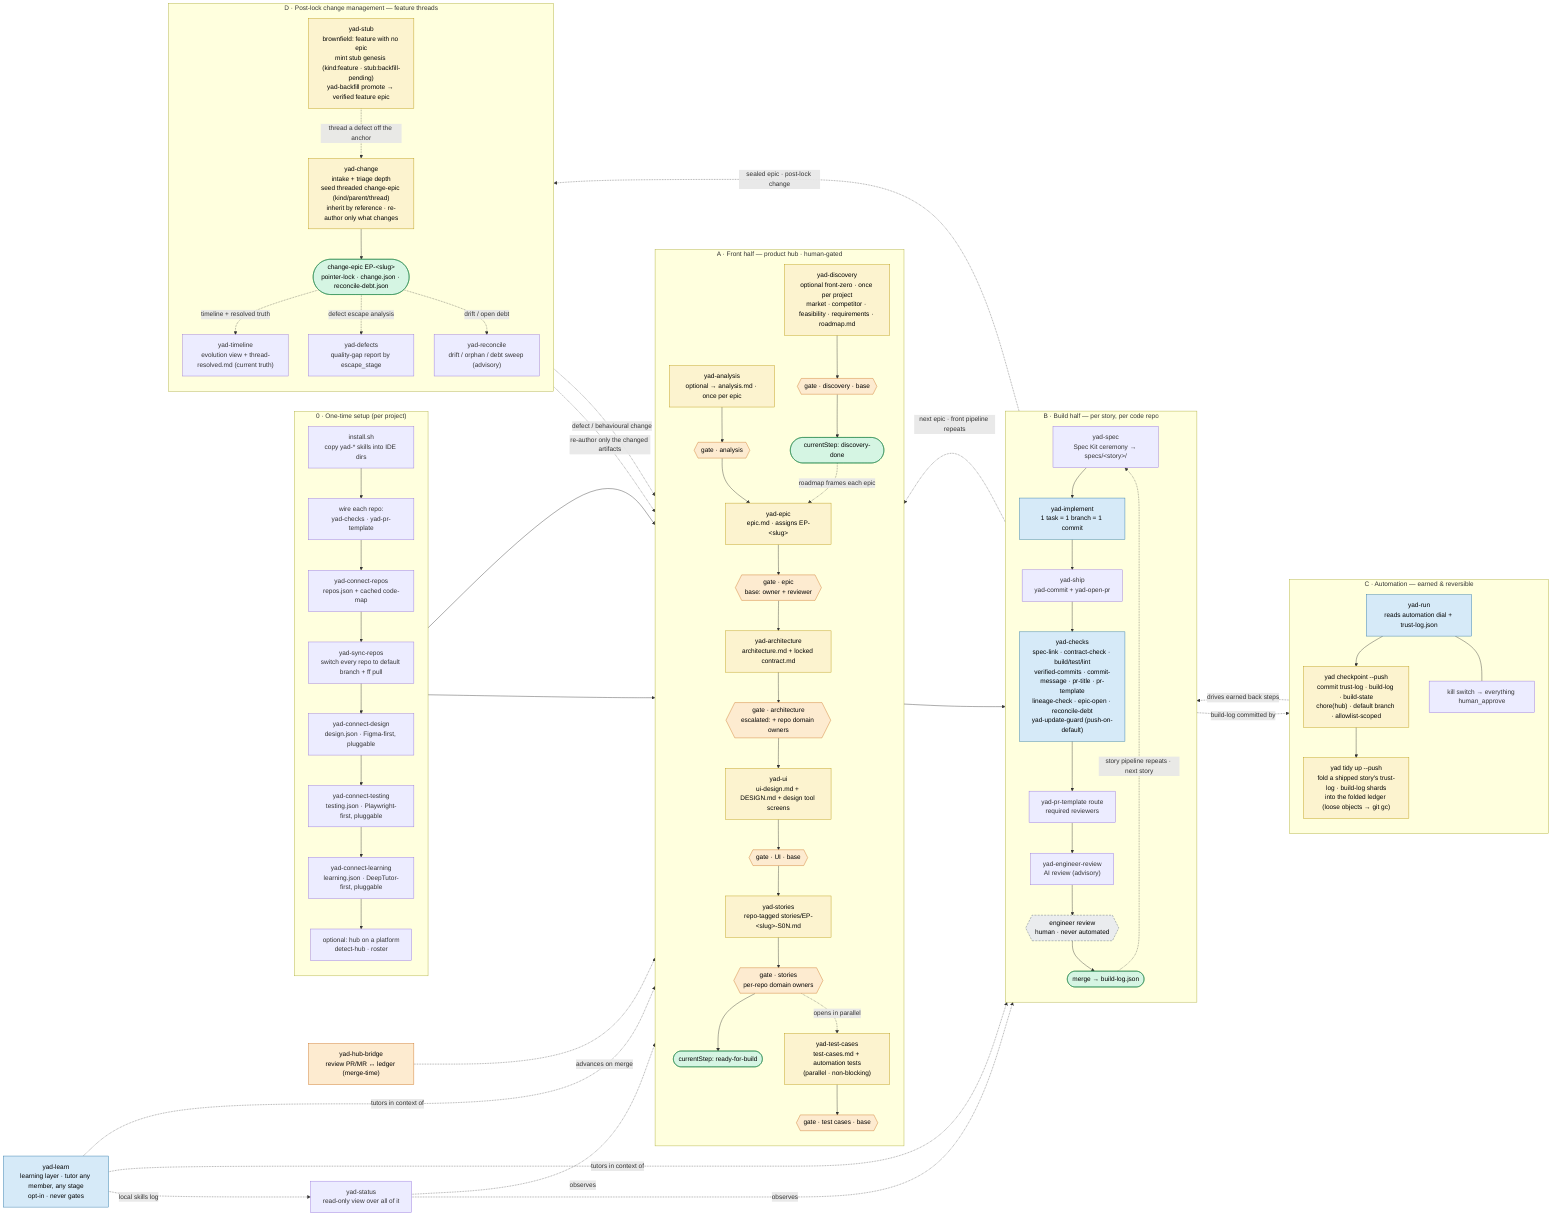
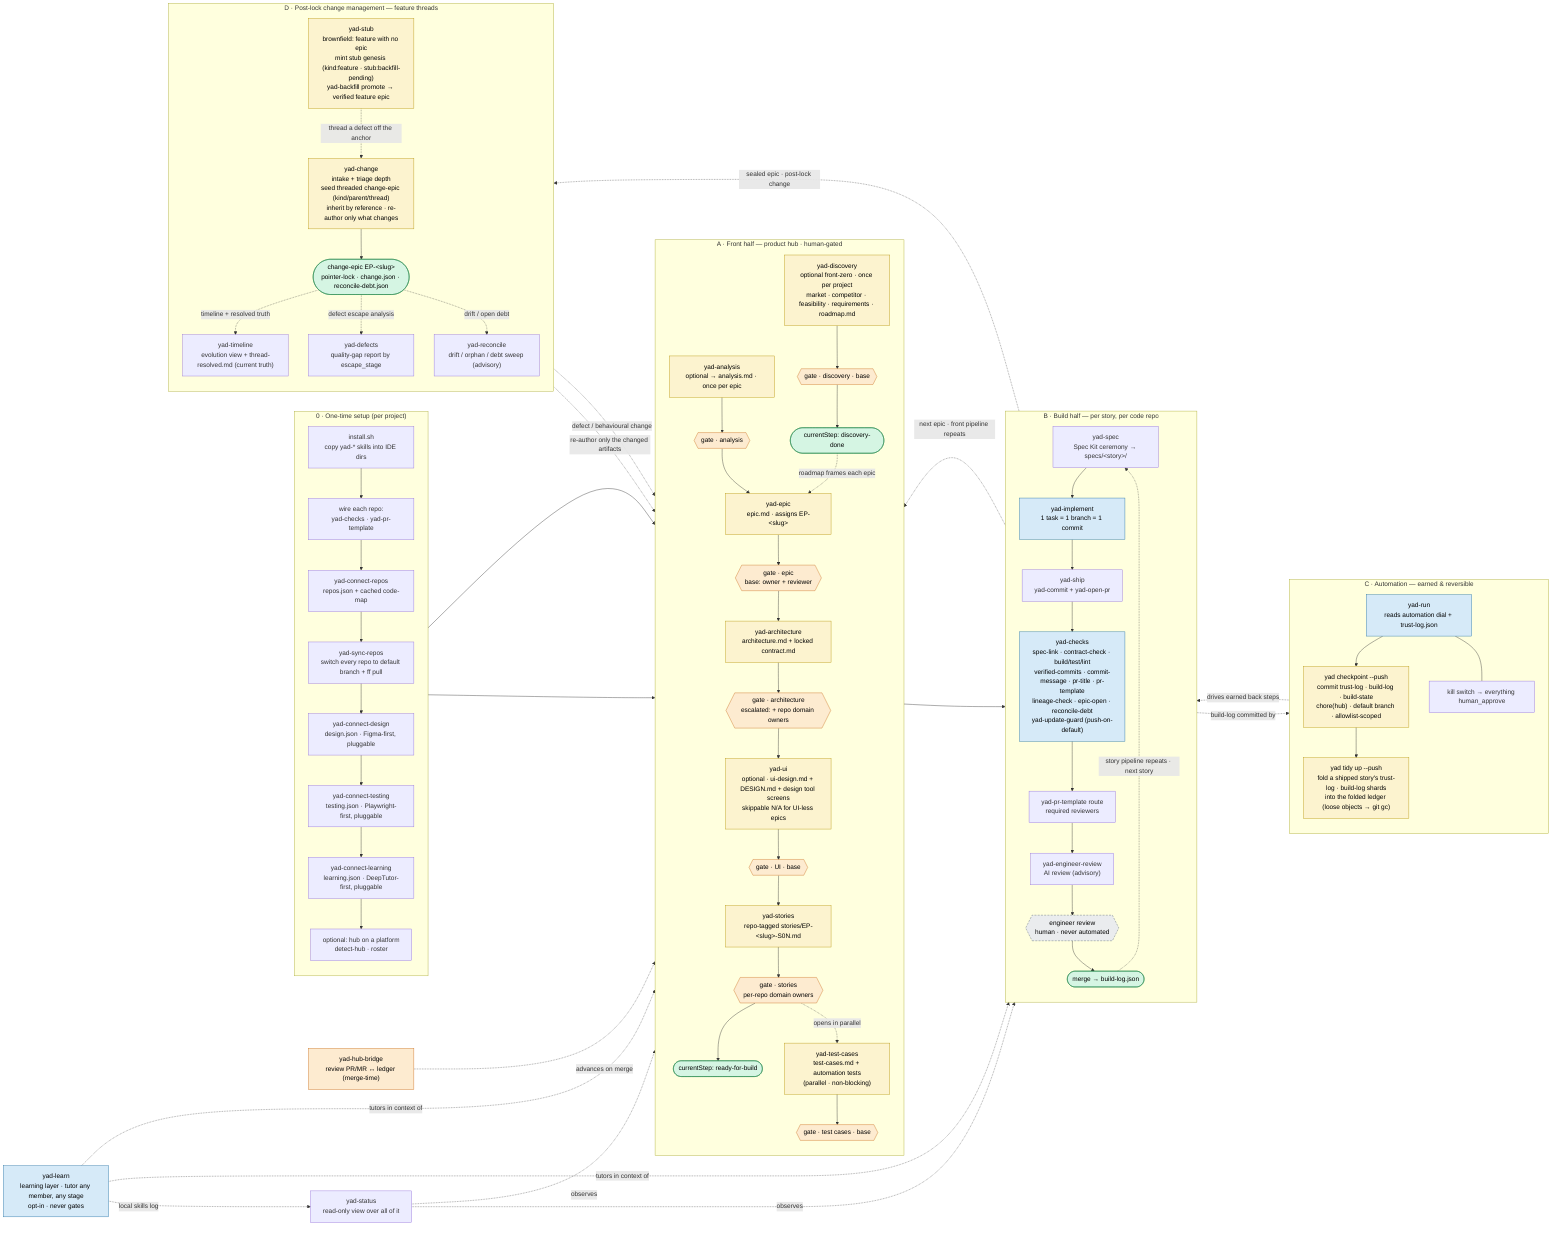
flowchart LR
    classDef gated fill:#fdebd0,stroke:#ca6f1e,color:#000
    classDef earns fill:#d6eaf8,stroke:#2471a3,color:#000
    classDef locked fill:#eaecee,stroke:#566573,color:#000,stroke-dasharray:5 3
    classDef artifact fill:#fcf3cf,stroke:#b7950b,color:#000
    classDef sentinel fill:#d5f5e3,stroke:#1e8449,color:#000

    subgraph SETUP["0 · One-time setup (per project)"]
      direction TB
      inst["install.sh<br/>copy yad-* skills into IDE dirs"]
      wire["wire each repo:<br/>yad-checks · yad-pr-template"]
      conn["yad-connect-repos<br/>repos.json + cached code-map"]
      sync["yad-sync-repos<br/>switch every repo to default branch + ff pull"]
      cdes["yad-connect-design<br/>design.json · Figma-first, pluggable"]
      ctest["yad-connect-testing<br/>testing.json · Playwright-first, pluggable"]
      clearn["yad-connect-learning<br/>learning.json · DeepTutor-first, pluggable"]
      phub["optional: hub on a platform<br/>detect-hub · roster"]
      inst --> wire --> conn --> sync --> cdes --> ctest --> clearn --> phub
    end

    subgraph FRONT["A · Front half — product hub · human-gated"]
      direction TB
      disc["yad-discovery<br/>optional front-zero · once per project<br/>market · competitor · feasibility · requirements · roadmap.md"]:::artifact
      gDisc{{"gate · discovery · base"}}:::gated
      dd(["currentStep: discovery-done"]):::sentinel
      disc --> gDisc --> dd
      an["yad-analysis<br/>optional → analysis.md · once per epic"]:::artifact
      ep["yad-epic<br/>epic.md · assigns EP-&lt;slug&gt;"]:::artifact
      ar["yad-architecture<br/>architecture.md + locked contract.md"]:::artifact
-       ui["yad-ui<br/>ui-design.md + DESIGN.md + design tool screens"]:::artifact
+       ui["yad-ui<br/>optional · ui-design.md + DESIGN.md + design tool screens<br/>skippable N/A for UI-less epics"]:::artifact
      st["yad-stories<br/>repo-tagged stories/EP-&lt;slug&gt;-S0N.md"]:::artifact
      tc["yad-test-cases<br/>test-cases.md + automation tests<br/>(parallel · non-blocking)"]:::artifact
      gAn{{"gate · analysis"}}:::gated
      gEp{{"gate · epic<br/>base: owner + reviewer"}}:::gated
      gAr{{"gate · architecture<br/>escalated: + repo domain owners"}}:::gated
      gUi{{"gate · UI · base"}}:::gated
      gSt{{"gate · stories<br/>per-repo domain owners"}}:::gated
      gTc{{"gate · test cases · base"}}:::gated
      rfb(["currentStep: ready-for-build"]):::sentinel
      an --> gAn --> ep --> gEp --> ar --> gAr --> ui --> gUi --> st --> gSt --> rfb
      gSt -. opens in parallel .-> tc --> gTc
    end

    subgraph BUILD["B · Build half — per story, per code repo"]
      direction TB
      sp["yad-spec<br/>Spec Kit ceremony → specs/&lt;story&gt;/"]
      im["yad-implement<br/>1 task = 1 branch = 1 commit"]:::earns
      shp["yad-ship<br/>yad-commit + yad-open-pr"]
      ck["yad-checks<br/>spec-link · contract-check · build/test/lint<br/>verified-commits · commit-message · pr-title · pr-template<br/>lineage-check · epic-open · reconcile-debt<br/>yad-update-guard (push-on-default)"]:::earns
      prm["yad-pr-template route<br/>required reviewers"]
      air["yad-engineer-review<br/>AI review (advisory)"]
      eng{{"engineer review<br/>human · never automated"}}:::locked
      merged(["merge → build-log.json"]):::sentinel
      sp --> im --> shp --> ck --> prm --> air --> eng --> merged
    end

    subgraph AUTO["C · Automation — earned & reversible"]
      direction TB
      run["yad-run<br/>reads automation dial + trust-log.json"]:::earns
      cpt["yad checkpoint --push<br/>commit trust-log · build-log · build-state<br/>chore(hub) · default branch · allowlist-scoped"]:::artifact
      tdy["yad tidy up --push<br/>fold a shipped story's trust-log · build-log shards<br/>into the folded ledger (loose objects → git gc)"]:::artifact
      kill["kill switch → everything human_approve"]
      run --> cpt --> tdy
      run --- kill
    end

    subgraph THREAD["D · Post-lock change management — feature threads"]
      direction TB
      stub["yad-stub<br/>brownfield: feature with no epic<br/>mint stub genesis (kind:feature · stub:backfill-pending)<br/>yad-backfill promote → verified feature epic"]:::artifact
      chg["yad-change<br/>intake + triage depth<br/>seed threaded change-epic (kind/parent/thread)<br/>inherit by reference · re-author only what changes"]:::artifact
      cepic(["change-epic EP-&lt;slug&gt;<br/>pointer-lock · change.json · reconcile-debt.json"]):::sentinel
      tl["yad-timeline<br/>evolution view + thread-resolved.md (current truth)"]
      df["yad-defects<br/>quality-gap report by escape_stage"]
      rec["yad-reconcile<br/>drift / orphan / debt sweep (advisory)"]
      stub -. thread a defect off the anchor .-> chg
      chg --> cepic
      cepic -. timeline + resolved truth .-> tl
      cepic -. defect escape analysis .-> df
      cepic -. drift / open debt .-> rec
    end

    phub --> disc
    phub --> an
    dd -. roadmap frames each epic .-> ep
    rfb --> sp
    merged -. story pipeline repeats · next story .-> sp
    merged -. build-log committed by .-> cpt
    merged -. next epic · front pipeline repeats .-> ep
    merged -. sealed epic · post-lock change .-> chg
    cepic -. re-author only the changed artifacts .-> ar
    cepic -. defect / behavioural change .-> st
    run -. drives earned back steps .-> im
    bridge["yad-hub-bridge<br/>review PR/MR ↔ ledger (merge-time)"]:::gated
    bridge -. advances on merge .-> gEp
    status["yad-status<br/>read-only view over all of it"]
    status -. observes .-> FRONT
    status -. observes .-> BUILD
    learn["yad-learn<br/>learning layer · tutor any member, any stage<br/>opt-in · never gates"]:::earns
    learn -. tutors in context of .-> FRONT
    learn -. tutors in context of .-> BUILD
    learn -. local skills log .-> status
